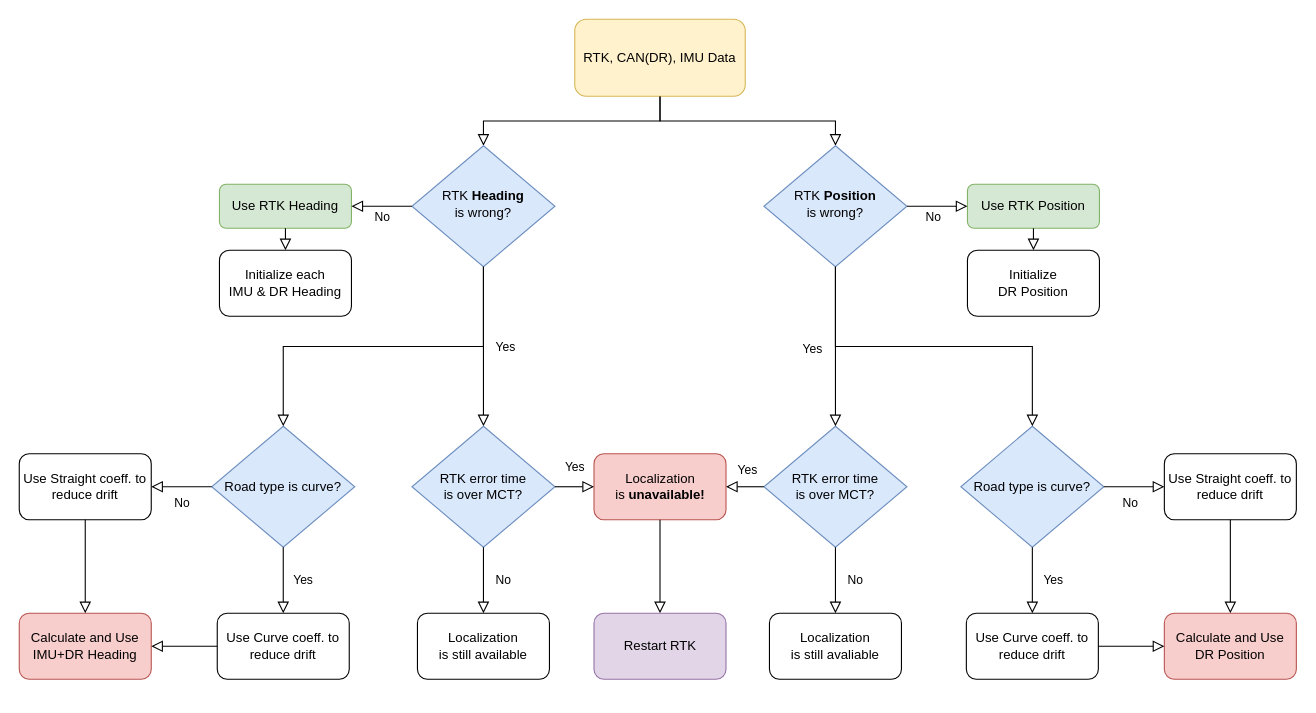
Above: document/Localization_integration.drawio in inha-cvl/mobinha-racing (draw.io), before the change. Source tidied: cells renumbered, new cells numbered last; positions are measured from the earlier drawing's top-left corner, leaving out a move shared by most shapes. Both pictures are drawn from the tidied source at 110%, with x=0, y=0 at pixel (19, 19).
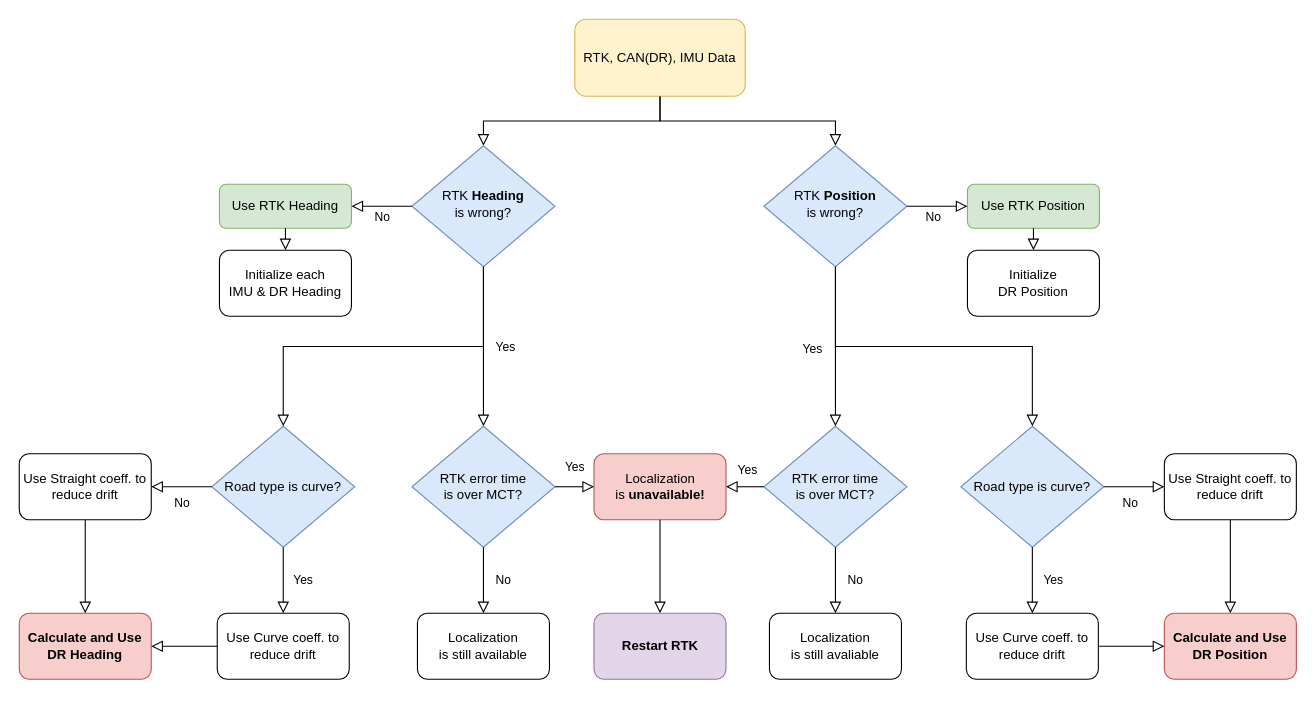
After the change.

Change to the diagram source:
```diff
@@
-    <mxCell id="11" value="&lt;div&gt;Calculate and Use&lt;/div&gt;&lt;div&gt;&lt;span style=&quot;background-color: initial;&quot;&gt;IMU+DR Heading&lt;/span&gt;&lt;/div&gt;" style="rounded=1;whiteSpace=wrap;html=1;fillColor=#f8cecc;strokeColor=#b85450;" parent="1" vertex="1">
+    <mxCell id="11" value="&lt;div&gt;&lt;b&gt;Calculate and Use&lt;/b&gt;&lt;/div&gt;&lt;div&gt;&lt;span style=&quot;background-color: initial;&quot;&gt;&lt;b&gt;DR Heading&lt;/b&gt;&lt;/span&gt;&lt;/div&gt;" style="rounded=1;whiteSpace=wrap;html=1;fillColor=#f8cecc;strokeColor=#b85450;" parent="1" vertex="1">
       <mxGeometry y="540" width="120" height="60" as="geometry" />
     </mxCell>
@@
-    <mxCell id="30" value="&lt;div&gt;Calculate and Use&lt;/div&gt;&lt;div&gt;DR Position&lt;/div&gt;" style="rounded=1;whiteSpace=wrap;html=1;fillColor=#f8cecc;strokeColor=#b85450;" parent="1" vertex="1">
+    <mxCell id="30" value="&lt;div&gt;&lt;b&gt;Calculate and Use&lt;/b&gt;&lt;/div&gt;&lt;div&gt;&lt;b&gt;DR Position&lt;/b&gt;&lt;/div&gt;" style="rounded=1;whiteSpace=wrap;html=1;fillColor=#f8cecc;strokeColor=#b85450;" parent="1" vertex="1">
       <mxGeometry x="1041" y="540" width="120" height="60" as="geometry" />
     </mxCell>
@@
-    <mxCell id="45" value="&lt;div&gt;Restart RTK&lt;/div&gt;" style="rounded=1;whiteSpace=wrap;html=1;fillColor=#e1d5e7;strokeColor=#9673a6;" parent="1" vertex="1">
+    <mxCell id="45" value="&lt;div&gt;&lt;b&gt;Restart RTK&lt;/b&gt;&lt;/div&gt;" style="rounded=1;whiteSpace=wrap;html=1;fillColor=#e1d5e7;strokeColor=#9673a6;" parent="1" vertex="1">
       <mxGeometry x="522.5" y="540" width="120" height="60" as="geometry" />
     </mxCell>
```
